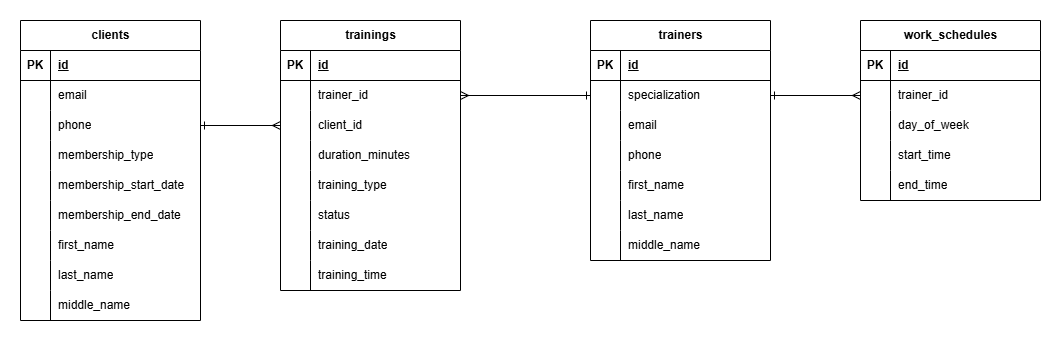
The draw.io diagram media/ER/ERGym.drawio.png in avtss/Gym, before a commit. Source tidied: cells renumbered, new cells last; positions are measured from the earlier drawing's top-left corner, leaving out a move shared by most shapes.
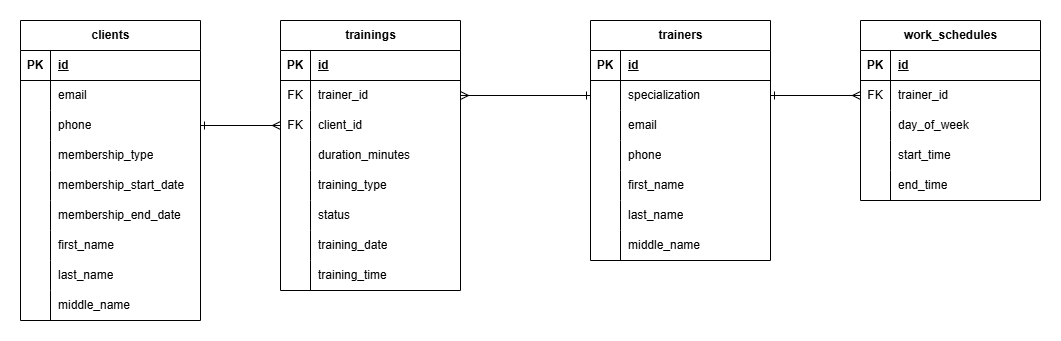
Later version of the same file.

What changed in the source:
```diff
@@ -167,7 +167,7 @@
     <mxCell id="56" style="shape=tableRow;horizontal=0;startSize=0;swimlaneHead=0;swimlaneBody=0;fillColor=none;points=[[0,0.5],[1,0.5]];portConstraint=eastwest;top=0;left=0;right=0;bottom=0;" parent="52" vertex="1">
       <mxGeometry y="60" width="180" height="30" as="geometry" />
     </mxCell>
-    <mxCell id="57" style="shape=partialRectangle;fillColor=none;top=0;left=0;bottom=0;right=0;overflow=hidden;whiteSpace=wrap;html=1;" parent="56" vertex="1">
+    <mxCell id="57" value="FK" style="shape=partialRectangle;fillColor=none;top=0;left=0;bottom=0;right=0;overflow=hidden;whiteSpace=wrap;html=1;" parent="56" vertex="1">
       <mxGeometry width="30" height="30" as="geometry" />
     </mxCell>
     <mxCell id="58" value="trainer_id" style="shape=partialRectangle;fillColor=none;top=0;left=0;bottom=0;right=0;align=left;spacingLeft=6;overflow=hidden;whiteSpace=wrap;html=1;" parent="56" vertex="1">
@@ -176,7 +176,7 @@
     <mxCell id="59" style="shape=tableRow;horizontal=0;startSize=0;swimlaneHead=0;swimlaneBody=0;fillColor=none;points=[[0,0.5],[1,0.5]];portConstraint=eastwest;top=0;left=0;right=0;bottom=0;" parent="52" vertex="1">
       <mxGeometry y="90" width="180" height="30" as="geometry" />
     </mxCell>
-    <mxCell id="60" style="shape=partialRectangle;fillColor=none;top=0;left=0;bottom=0;right=0;overflow=hidden;whiteSpace=wrap;html=1;" parent="59" vertex="1">
+    <mxCell id="60" value="FK" style="shape=partialRectangle;fillColor=none;top=0;left=0;bottom=0;right=0;overflow=hidden;whiteSpace=wrap;html=1;" parent="59" vertex="1">
       <mxGeometry width="30" height="30" as="geometry" />
     </mxCell>
     <mxCell id="61" value="client_id" style="shape=partialRectangle;fillColor=none;top=0;left=0;bottom=0;right=0;align=left;spacingLeft=6;overflow=hidden;whiteSpace=wrap;html=1;" parent="59" vertex="1">
@@ -248,7 +248,7 @@
     <mxCell id="83" style="shape=tableRow;horizontal=0;startSize=0;swimlaneHead=0;swimlaneBody=0;fillColor=none;points=[[0,0.5],[1,0.5]];portConstraint=eastwest;top=0;left=0;right=0;bottom=0;" parent="79" vertex="1">
       <mxGeometry y="60" width="180" height="30" as="geometry" />
     </mxCell>
-    <mxCell id="84" style="shape=partialRectangle;fillColor=none;top=0;left=0;bottom=0;right=0;overflow=hidden;whiteSpace=wrap;html=1;" parent="83" vertex="1">
+    <mxCell id="84" value="FK" style="shape=partialRectangle;fillColor=none;top=0;left=0;bottom=0;right=0;overflow=hidden;whiteSpace=wrap;html=1;" parent="83" vertex="1">
       <mxGeometry width="30" height="30" as="geometry" />
     </mxCell>
     <mxCell id="85" value="trainer_id" style="shape=partialRectangle;fillColor=none;top=0;left=0;bottom=0;right=0;align=left;spacingLeft=6;overflow=hidden;whiteSpace=wrap;html=1;" parent="83" vertex="1">
```
